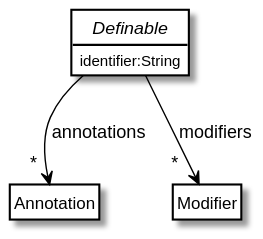
Earlier version of the PlantUML export out/scala-meta-model/sub/definable.meta/Defineable.svg (tizuck/scala-uml-diagrams).
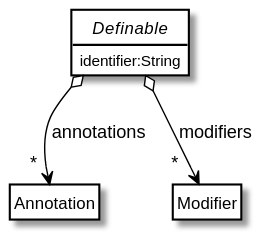
The same file after the commit.

Change to the diagram source:
```diff
@@ -3,8 +3,8 @@
     identifier:String
 }
 
-Definable --> "    \n*" Annotation : annotations
-Definable --> "      \n*" Modifier : modifiers
+Definable o--> "    \n*" Annotation : annotations
+Definable o--> "      \n*" Modifier : modifiers
 
 hide circle
 hide class members
```
